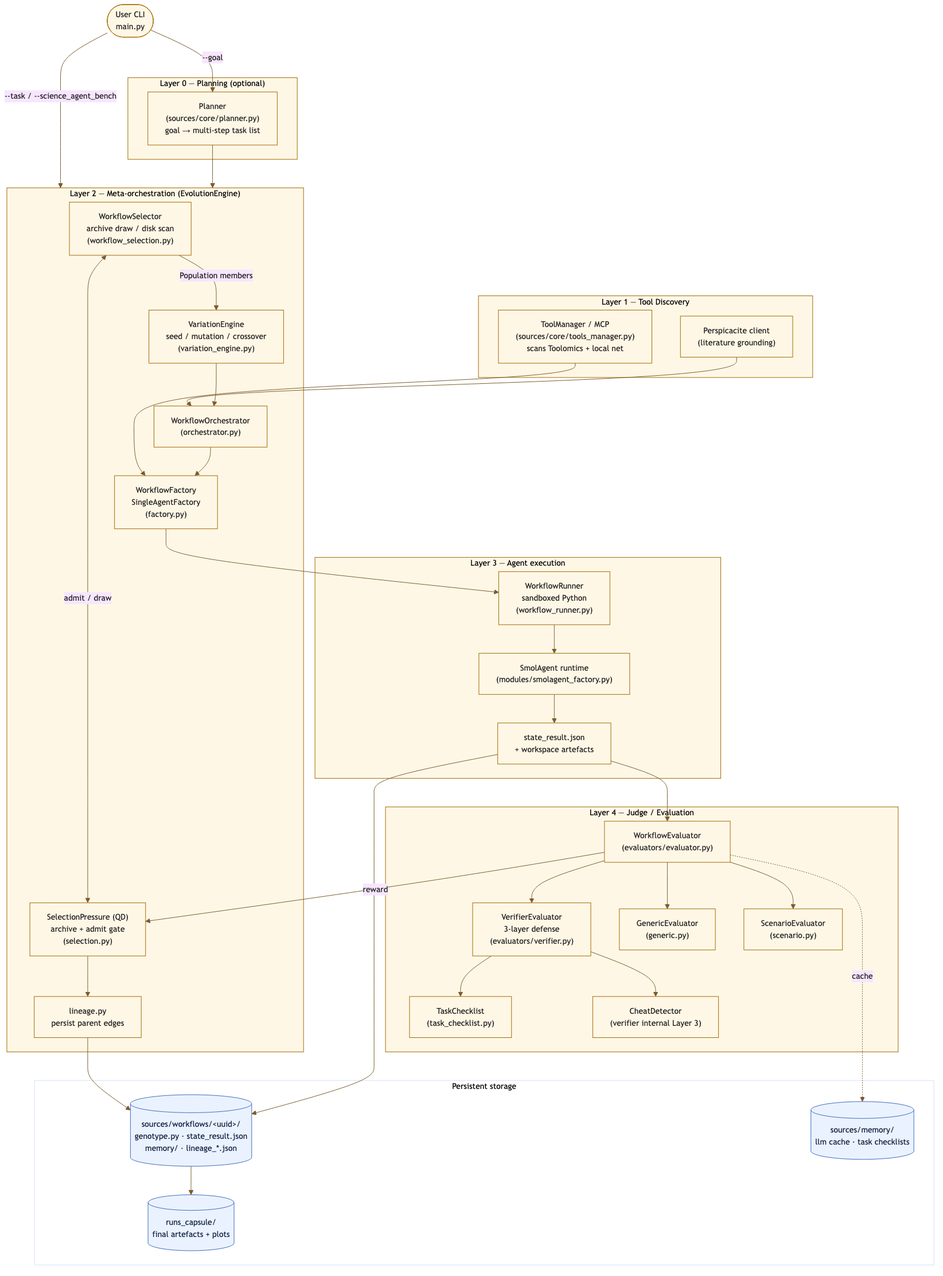
Before: docs/images/architecture_overall.png, a diagram exported from Mermaid (HolobiomicsLab/Mimosa-AI). Its source is kept beside it as docs/diagrams/architecture_overall.mermaid. The source it was exported from:
```mermaid
%%{init: {"theme": "base", "themeVariables": {
  "primaryColor": "#FFF7E6",
  "primaryBorderColor": "#A36A00",
  "primaryTextColor": "#202020",
  "lineColor": "#7A5C2E",
  "fontSize": "14px"
}} }%%
flowchart TB
    User([User CLI<br/>main.py])

    subgraph L0["Layer 0 — Planning (optional)"]
        Planner["Planner<br/>(sources/core/planner.py)<br/>goal → multi-step task list"]
    end

    subgraph L1["Layer 1 — Tool Discovery"]
        Tools["ToolManager / MCP<br/>(sources/core/tools_manager.py)<br/>scans Toolomics + local net"]
        Persp["Perspicacite client<br/>(literature grounding)"]
    end

    subgraph L2["Layer 2 — Meta-orchestration (EvolutionEngine)"]
        direction TB
        ParentSel["WorkflowSelector<br/>archive draw / disk scan<br/>(workflow_selection.py)"]
        Selection["SelectionPressure (QD)<br/>archive + admit gate<br/>(selection.py)"]
        Variation["VariationEngine<br/>seed / mutation / crossover<br/>(variation_engine.py)"]
        Orch["WorkflowOrchestrator<br/>(orchestrator.py)"]
        Factory["WorkflowFactory<br/>SingleAgentFactory<br/>(factory.py)"]
        Lineage["lineage.py<br/>persist parent edges"]
    end

    subgraph L3["Layer 3 — Agent execution"]
        Runner["WorkflowRunner<br/>sandboxed Python<br/>(workflow_runner.py)"]
        Smol["SmolAgent runtime<br/>(modules/smolagent_factory.py)"]
        State["state_result.json<br/>+ workspace artefacts"]
    end

    subgraph L4["Layer 4 — Judge / Evaluation"]
        direction TB
        Eval["WorkflowEvaluator<br/>(evaluators/evaluator.py)"]
        Verifier["VerifierEvaluator<br/>5-source per-claim<br/>(evaluators/verifier.py)"]
        Sources["claim sources (5)<br/>literature · user goal · narration<br/>math · stats"]
        Generic["GenericEvaluator<br/>(generic.py)"]
        Scenario["ScenarioEvaluator<br/>(scenario.py)"]
    end

    subgraph Storage["Persistent storage"]
        WFs[("sources/workflows/&lt;uuid&gt;/<br/>genotype.py · state_result.json<br/>memory/ · lineage_*.json")]
        Capsule[("runs_capsule/<br/>final artefacts + plots")]
        Cache[("sources/memory/<br/>llm cache · task checklists")]
    end

    User -->|--goal| Planner
    User -->|--task / --science_agent_bench| L2
    Planner --> L2

    Tools --> Factory
    Persp --> Orch

    ParentSel -->|Population members| Variation
    Selection <-->|admit / draw| ParentSel
    Variation --> Orch
    Orch --> Factory
    Factory --> Runner
    Runner --> Smol
    Smol --> State

    State --> Eval
    Eval --> Verifier
    Verifier --> Sources
    Eval --> Generic
    Eval --> Scenario

    Eval -- reward --> Selection
    Selection --> Lineage
    Lineage --> WFs
    State --> WFs
    WFs --> Capsule
    Eval -.cache.-> Cache

    classDef layer fill:#FFF7E6,stroke:#A36A00,stroke-width:1px;
    classDef store fill:#EAF2FF,stroke:#3D6BBF,color:#102040;
    class L0,L1,L2,L3,L4 layer;
    class WFs,Capsule,Cache store;
```
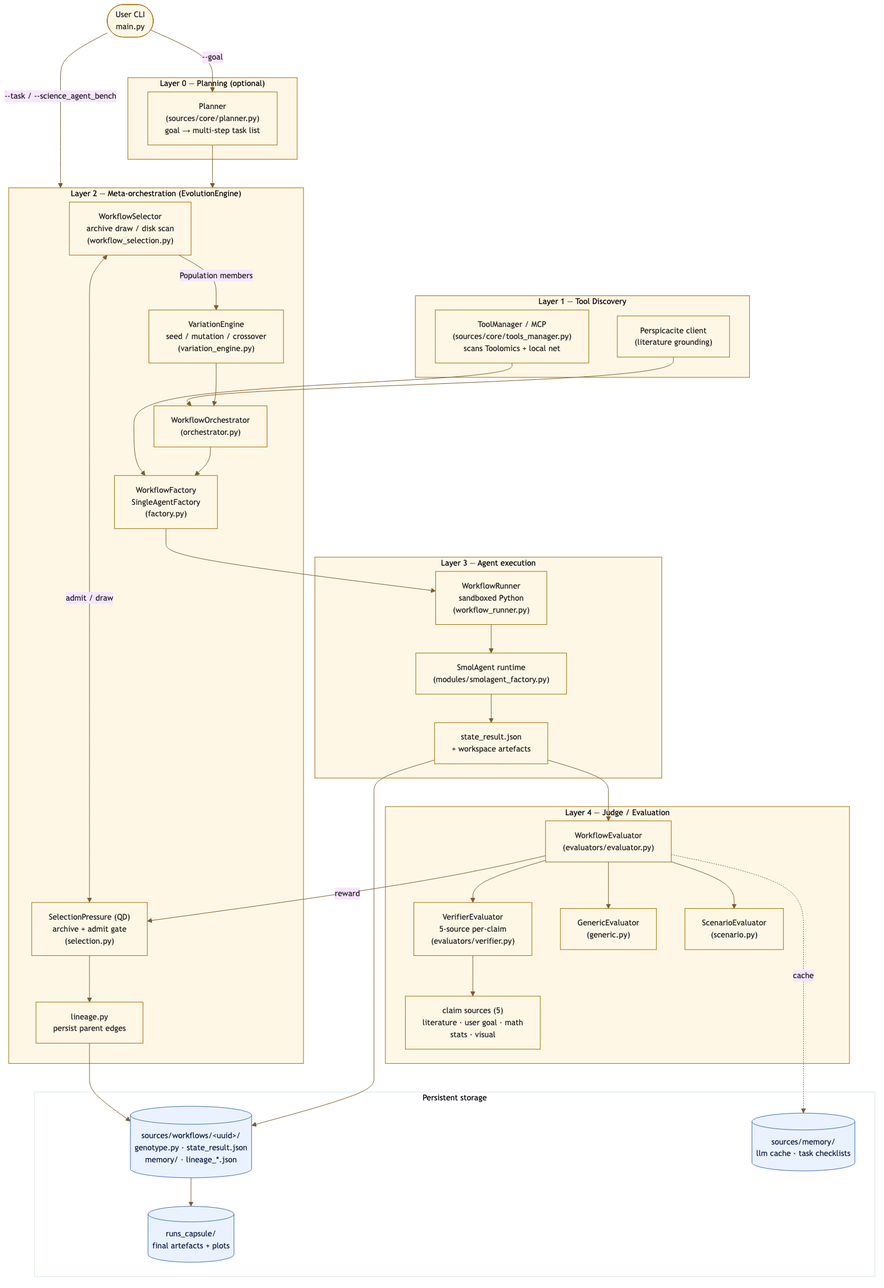
After the change.

The edit, as a diff of the source:
```diff
@@ -37,7 +37,7 @@
         direction TB
         Eval["WorkflowEvaluator<br/>(evaluators/evaluator.py)"]
         Verifier["VerifierEvaluator<br/>5-source per-claim<br/>(evaluators/verifier.py)"]
-        Sources["claim sources (5)<br/>literature · user goal · narration<br/>math · stats"]
+        Sources["claim sources (5)<br/>literature · user goal · math<br/>stats · visual"]
         Generic["GenericEvaluator<br/>(generic.py)"]
         Scenario["ScenarioEvaluator<br/>(scenario.py)"]
     end
```
